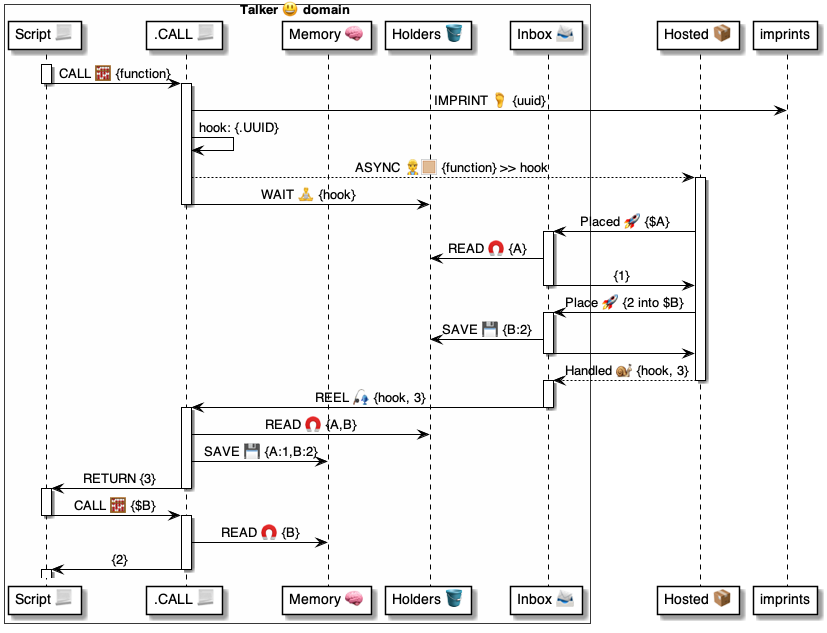
The PlantUML diagram 4 ⚙️ Solution/37 Scripts 📃/📃 Commands ⌘/⌘ for async/CALL 🧮/🧮 CALL ⚙️ uml.png in pollyweb-org/pollyweb-docs, before a commit. Its source is kept beside it as 4 ⚙️ Solution/37 Scripts 📃/📃 Commands ⌘/⌘ for async/CALL 🧮/🧮 CALL ⚙️ uml.puml.
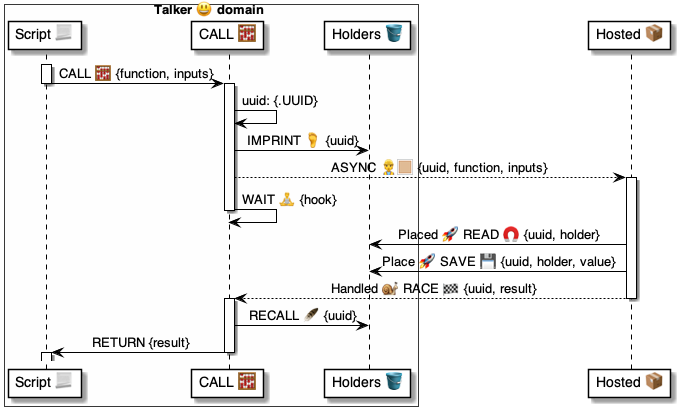
Later version of the same file.

Change to the diagram source:
```diff
@@ -2,64 +2,37 @@
 
 box Talker 😃 domain #FFFFFA
     participant "Script 📃" as script
-    participant ".CALL 📃" as talker
-    participant "Memory 🧠" as memory
+    participant "CALL 🧮" as talker
     participant "Holders 🪣" as holders
-    participant "Inbox 📨" as inbox
 end box
-
 participant "Hosted 📦" as hosted
 
 
 
 activate script
-    script -> talker: CALL 🧮 {function}
+    script -> talker: CALL 🧮 {function, inputs}
 deactivate script
 
 activate talker
-    talker -> imprints: IMPRINT 🦶 {uuid}
-    talker -> talker: hook: {.UUID}
-    talker --> hosted: ASYNC 👷🏼 {function} >> hook
+    talker -> talker: uuid: {.UUID}
+    talker -> holders: IMPRINT 🦶 {uuid}
+    talker --> hosted: ASYNC 👷🏼 {uuid, function, inputs}
 activate hosted
-    talker -> holders: WAIT 🧘 {hook}
+    talker -> talker: WAIT 🧘 {hook}
 deactivate talker
 
-    hosted -> inbox: Placed 🚀 {$A}
-
-    activate inbox
-        inbox -> holders: READ 🧲 {A}
-        inbox -> hosted: {1}
-    deactivate inbox
-
-    hosted -> inbox: Place 🚀 {2 into $B}
-    activate inbox
-        inbox -> holders: SAVE 💾 {B:2}
-        inbox -> hosted:
-    deactivate inbox
-
-    hosted --> inbox: Handled 🐌 {hook, 3}
+    hosted -> holders: Placed 🚀 READ 🧲 {uuid, holder}
+    hosted -> holders: Place 🚀 SAVE 💾 {uuid, holder, value}
+    hosted --> talker: Handled 🐌 RACE 🏁 {uuid, result}
 deactivate hosted
 
-activate inbox
-    inbox -> talker: REEL 🎣 {hook, 3}
-deactivate inbox
-
 activate talker
-    talker -> holders: READ 🧲 {A,B}
-    talker -> memory: SAVE 💾 {A:1,B:2}
-    talker -> script: RETURN {3}
-deactivate talker
-
-activate script
-    script -> talker: CALL 🧮 {$B}
-deactivate script
-
-activate talker
-    talker -> memory: READ 🧲 {B}
-    talker -> script: {2}
+    talker -> holders: RECALL 🪶 {uuid}
+    talker -> script: RETURN {result}
 deactivate talker
 
 activate script
 
 
+
 @enduml
```
